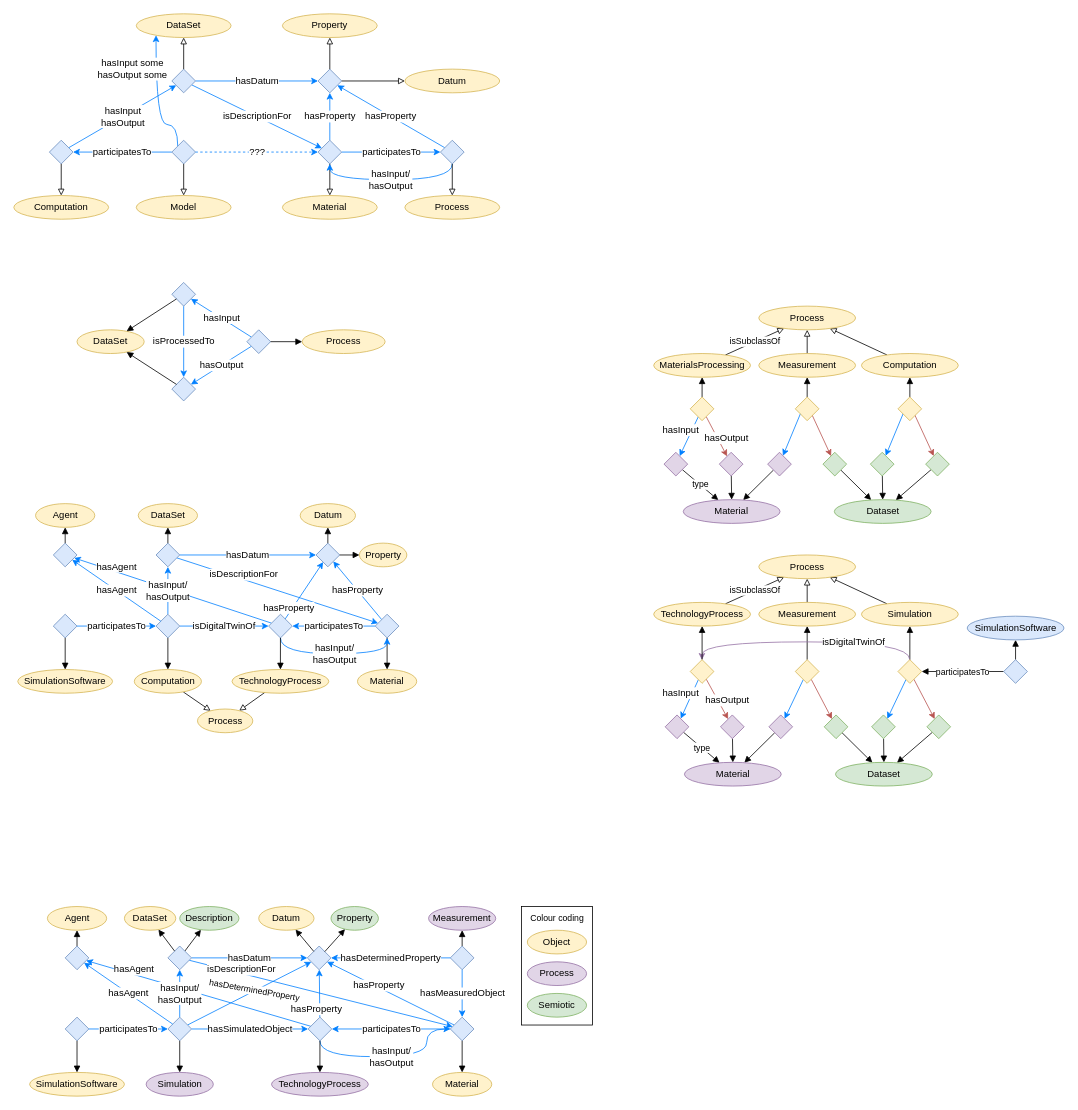
This is page "Basic relations" (2 of 13) of docs/figs/dataset.drawio from EMMC-ASBL/tripper, a draw.io file, before an edit. Source tidied: cells renumbered, new cells numbered last; positions are measured from the earlier drawing's top-left corner, leaving out a move shared by most shapes. Both pictures are drawn from the tidied source at 79%, with x=0, y=0 at pixel (13, 13).
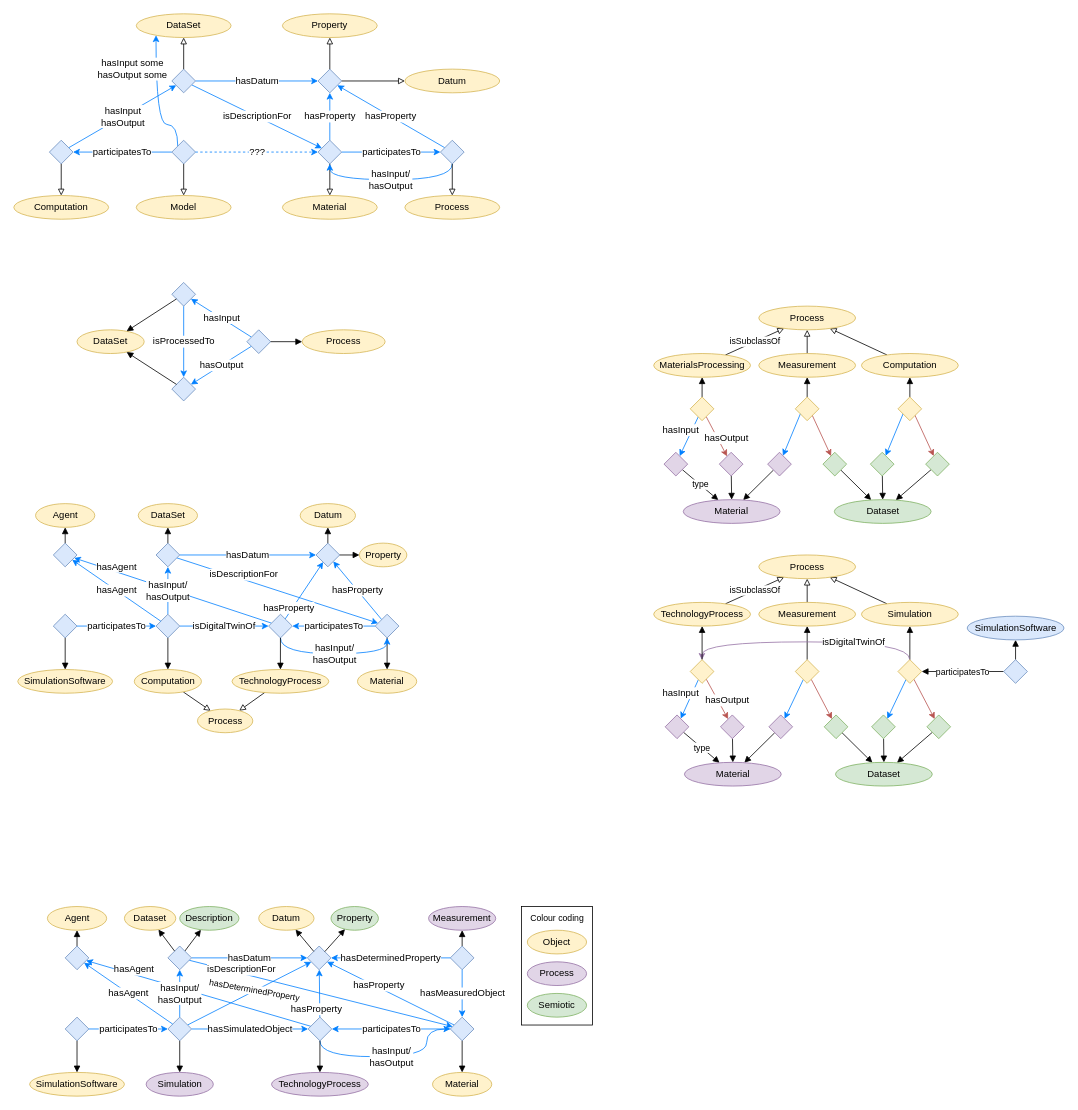
Above is the later version.

Commit message:
Fixed spelling of Dataset

Change to the diagram source:
```diff
@@
-    <mxCell id="154" value="DataSet" style="ellipse;whiteSpace=wrap;html=1;fillColor=#fff2cc;strokeColor=#d6b656;" parent="1" vertex="1">
+    <mxCell id="154" value="Dataset" style="ellipse;whiteSpace=wrap;html=1;fillColor=#fff2cc;strokeColor=#d6b656;" parent="1" vertex="1">
       <mxGeometry x="140" y="1130" width="65" height="30" as="geometry" />
     </mxCell>
```
